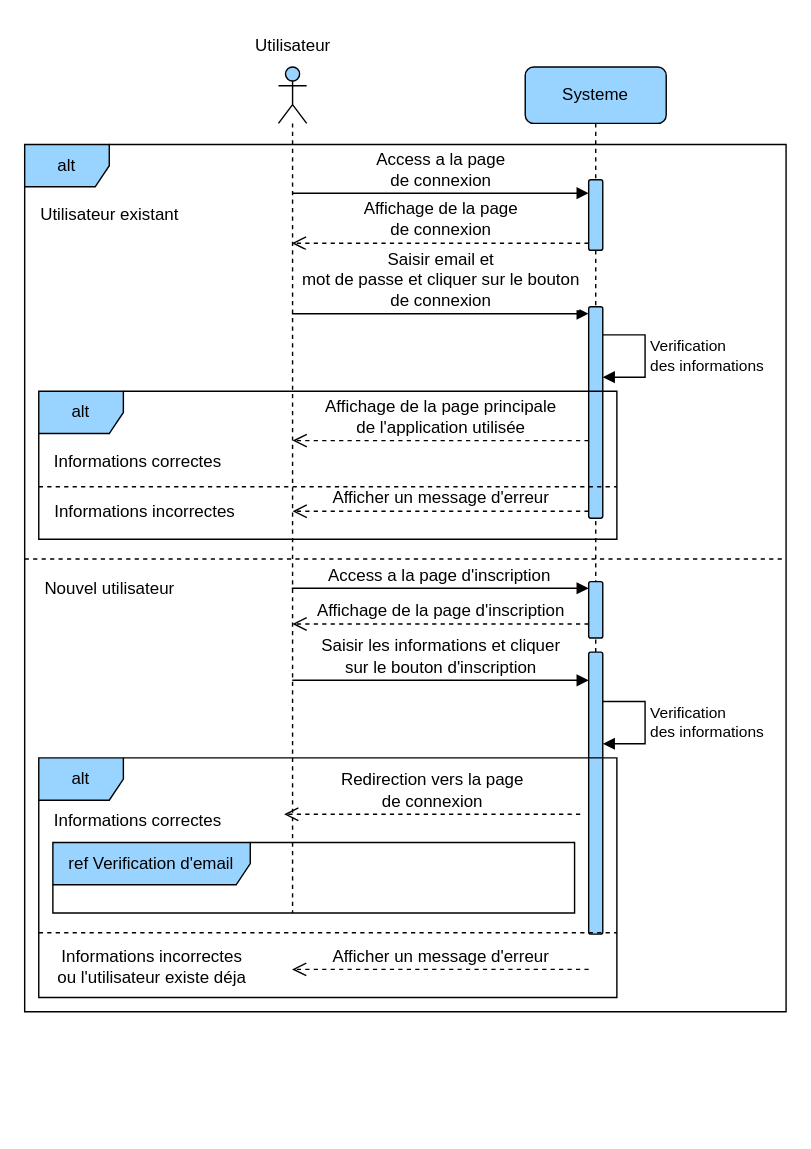
This is page "auth-email" (1 of 7) of diagrams/sequence.drawio from devlotfi/peage-pay, a draw.io file, before an edit. Source tidied: cells renumbered, new cells numbered last; positions are measured from the earlier drawing's top-left corner, leaving out a move shared by most shapes. Both pictures are drawn from the tidied source at 141%, with x=0, y=0 at pixel (24, 24).
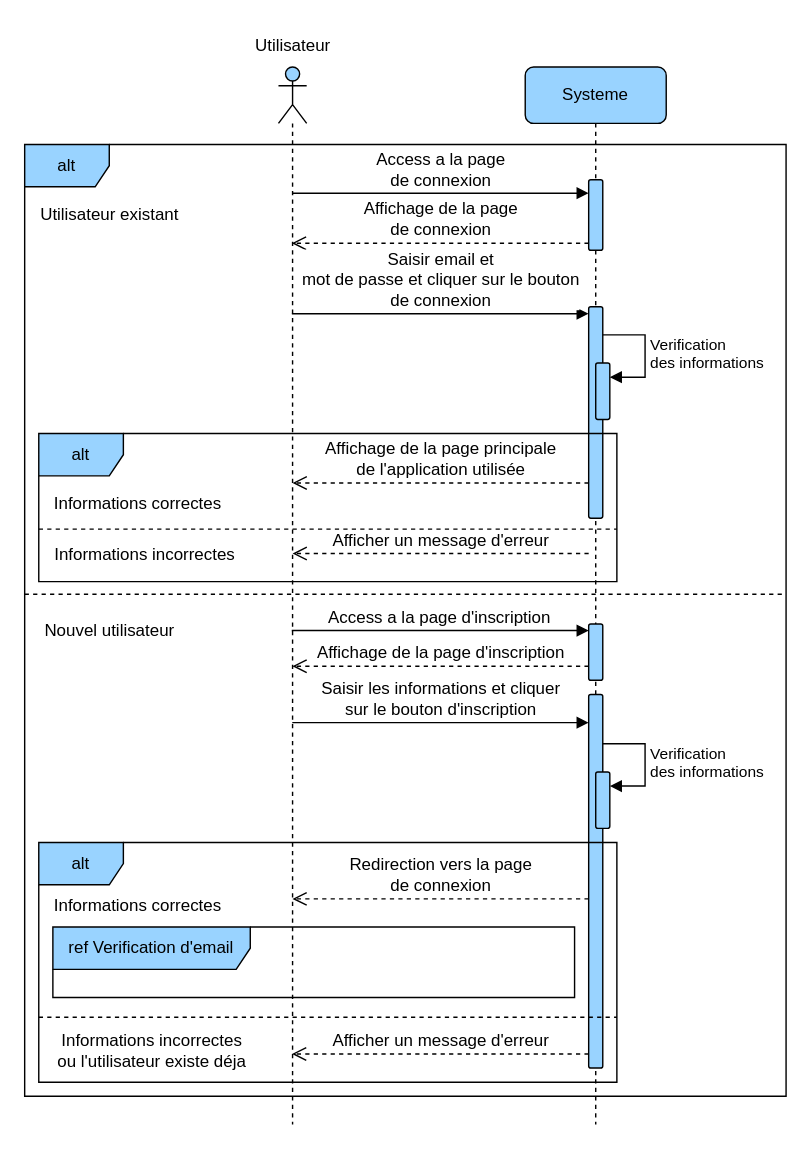
Above is the later version.

The change refers to these unchanged cells:
```xml
<mxCell id="5" style="html=1;points=[[0,0,0,0,5],[0,1,0,0,-5],[1,0,0,0,5],[1,1,0,0,-5]];perimeter=orthogonalPerimeter;outlineConnect=0;targetShapes=umlLifeline;portConstraint=eastwest;newEdgeStyle={&quot;curved&quot;:0,&quot;rounded&quot;:0};rounded=1;strokeColor=default;align=center;verticalAlign=middle;fontFamily=Helvetica;fontSize=12;fontColor=default;fontStyle=0;fillColor=#99D3FF;" parent="3" vertex="1">
  <mxGeometry x="45" y="170" width="10" height="150" as="geometry" />
</mxCell>
```

Diff of the diagram source:
```diff
@@
     <mxCell id="2" style="shape=umlLifeline;perimeter=lifelinePerimeter;whiteSpace=wrap;html=1;outlineConnect=0;portConstraint=eastwest;newEdgeStyle={&quot;curved&quot;:0,&quot;rounded&quot;:0};participant=umlActor;rounded=1;strokeColor=default;align=center;verticalAlign=middle;fontFamily=Helvetica;fontSize=12;fontColor=default;fontStyle=0;fillColor=#99D3FF;" parent="1" vertex="1">
-      <mxGeometry x="180" y="30" width="20" height="600" as="geometry" />
+      <mxGeometry x="180" y="30" width="20" height="750" as="geometry" />
     </mxCell>
     <mxCell id="3" value="Systeme" style="shape=umlLifeline;perimeter=lifelinePerimeter;whiteSpace=wrap;html=1;newEdgeStyle={&quot;curved&quot;:0,&quot;rounded&quot;:0};rounded=1;strokeColor=default;align=center;verticalAlign=middle;fontFamily=Helvetica;fontSize=12;fontColor=default;fontStyle=0;fillColor=#99D3FF;" parent="1" vertex="1">
-      <mxGeometry x="355" y="30" width="100" height="600" as="geometry" />
+      <mxGeometry x="355" y="30" width="100" height="750" as="geometry" />
     </mxCell>
@@
     <mxCell id="6" style="html=1;points=[[0,0,0,0,5],[0,1,0,0,-5],[1,0,0,0,5],[1,1,0,0,-5]];perimeter=orthogonalPerimeter;outlineConnect=0;targetShapes=umlLifeline;portConstraint=eastwest;newEdgeStyle={&quot;curved&quot;:0,&quot;rounded&quot;:0};rounded=1;strokeColor=default;align=center;verticalAlign=middle;fontFamily=Helvetica;fontSize=12;fontColor=default;fontStyle=0;fillColor=#99D3FF;" parent="3" vertex="1">
-      <mxGeometry x="45" y="365" width="10" height="40" as="geometry" />
+      <mxGeometry x="45" y="395" width="10" height="40" as="geometry" />
     </mxCell>
     <mxCell id="7" style="html=1;perimeter=orthogonalPerimeter;targetShapes=umlLifeline;newEdgeStyle={&quot;curved&quot;:0,&quot;rounded&quot;:0};rounded=1;strokeColor=default;align=center;verticalAlign=middle;fontFamily=Helvetica;fontSize=12;fontColor=default;fontStyle=0;fillColor=#99D3FF;" parent="3" vertex="1">
-      <mxGeometry x="45" y="415" width="10" height="200" as="geometry" />
+      <mxGeometry x="45" y="445" width="10" height="265" as="geometry" />
     </mxCell>
     <mxCell id="8" value="alt" style="shape=umlFrame;whiteSpace=wrap;html=1;rounded=1;strokeColor=default;align=center;verticalAlign=middle;fontFamily=Helvetica;fontSize=12;fontColor=default;fontStyle=0;fillColor=#99D3FF;" parent="1" vertex="1">
-      <mxGeometry y="85" width="540" height="615" as="geometry" />
+      <mxGeometry y="85" width="540" height="675" as="geometry" />
     </mxCell>
@@
     <mxCell id="13" value="alt" style="shape=umlFrame;whiteSpace=wrap;html=1;rounded=1;strokeColor=default;align=center;verticalAlign=middle;fontFamily=Helvetica;fontSize=12;fontColor=default;fontStyle=0;fillColor=#99D3FF;" parent="1" vertex="1">
-      <mxGeometry x="10" y="260" width="410" height="105" as="geometry" />
+      <mxGeometry x="10" y="290" width="410" height="105" as="geometry" />
     </mxCell>
     <mxCell id="14" value="Informations correctes" style="text;html=1;align=center;verticalAlign=middle;strokeColor=none;fillColor=none;fontFamily=Helvetica;fontSize=12;fontColor=default;fontStyle=0;" parent="1" vertex="1">
-      <mxGeometry x="10" y="295" width="140" height="30" as="geometry" />
+      <mxGeometry x="10" y="325" width="140" height="30" as="geometry" />
     </mxCell>
     <mxCell id="15" value="Affichage de la page principale &lt;br&gt;de l'application utilisée" style="html=1;verticalAlign=bottom;endArrow=open;dashed=1;endSize=8;curved=0;rounded=0;fontFamily=Helvetica;fontSize=12;fontColor=default;fontStyle=0;" parent="1" edge="1">
       <mxGeometry relative="1" as="geometry">
-        <mxPoint x="400" y="295" as="sourcePoint" />
-        <mxPoint x="190" y="295" as="targetPoint" />
+        <mxPoint x="400" y="325" as="sourcePoint" />
+        <mxPoint x="190" y="325" as="targetPoint" />
       </mxGeometry>
     </mxCell>
     <mxCell id="16" value="Afficher un message d'erreur" style="html=1;verticalAlign=bottom;endArrow=open;dashed=1;endSize=8;curved=0;rounded=0;fontFamily=Helvetica;fontSize=12;fontColor=default;fontStyle=0;" parent="1" edge="1">
       <mxGeometry relative="1" as="geometry">
-        <mxPoint x="400" y="345.1" as="sourcePoint" />
-        <mxPoint x="190" y="345.1" as="targetPoint" />
+        <mxPoint x="400" y="375.1" as="sourcePoint" />
+        <mxPoint x="190" y="375.1" as="targetPoint" />
       </mxGeometry>
     </mxCell>
     <mxCell id="17" style="line;strokeWidth=1;fillColor=none;align=left;verticalAlign=middle;spacingTop=-1;spacingLeft=3;spacingRight=3;labelPosition=right;strokeColor=inherit;rounded=1;fontFamily=Helvetica;fontSize=12;fontColor=default;fontStyle=0;dashed=1;" parent="1" vertex="1">
-      <mxGeometry x="10" y="325" width="410" height="5.5" as="geometry" />
+      <mxGeometry x="10" y="355" width="410" height="5.5" as="geometry" />
     </mxCell>
     <mxCell id="18" value="Informations incorrectes" style="text;html=1;align=center;verticalAlign=middle;strokeColor=none;fillColor=none;fontFamily=Helvetica;fontSize=12;fontColor=default;fontStyle=0;" parent="1" vertex="1">
-      <mxGeometry x="10" y="330.5" width="150" height="30" as="geometry" />
+      <mxGeometry x="10" y="360.5" width="150" height="30" as="geometry" />
     </mxCell>
     <mxCell id="19" style="line;strokeWidth=1;fillColor=none;align=left;verticalAlign=middle;spacingTop=-1;spacingLeft=3;spacingRight=3;labelPosition=right;strokeColor=inherit;rounded=1;fontFamily=Helvetica;fontSize=12;fontColor=default;fontStyle=0;dashed=1;" parent="1" vertex="1">
-      <mxGeometry y="375" width="540" height="8" as="geometry" />
+      <mxGeometry y="400" width="540" height="8" as="geometry" />
     </mxCell>
     <mxCell id="20" value="Nouvel utilisateur" style="text;html=1;align=center;verticalAlign=middle;strokeColor=none;fillColor=none;fontFamily=Helvetica;fontSize=12;fontColor=default;fontStyle=0;" parent="1" vertex="1">
-      <mxGeometry y="385" width="120" height="30" as="geometry" />
+      <mxGeometry y="415" width="120" height="30" as="geometry" />
     </mxCell>
     <mxCell id="21" value="Access a la page d'inscription" style="html=1;verticalAlign=bottom;endArrow=block;curved=0;rounded=0;fontFamily=Helvetica;fontSize=12;fontColor=default;fontStyle=0;" parent="1" edge="1" target="6">
       <mxGeometry relative="1" as="geometry">
-        <mxPoint x="189.4" y="399.7" as="sourcePoint" />
+        <mxPoint x="189.4" y="429.7" as="sourcePoint" />
       </mxGeometry>
     </mxCell>
     <mxCell id="22" value="Affichage de la page d'inscription" style="html=1;verticalAlign=bottom;endArrow=open;dashed=1;endSize=8;curved=0;rounded=0;fontFamily=Helvetica;fontSize=12;fontColor=default;fontStyle=0;" parent="1" edge="1" source="6">
       <mxGeometry relative="1" as="geometry">
-        <mxPoint x="189.9" y="425" as="targetPoint" />
+        <mxPoint x="189.9" y="455" as="targetPoint" />
       </mxGeometry>
     </mxCell>
     <mxCell id="23" value="Saisir les informations et cliquer&lt;div&gt;sur le bouton d'inscription&lt;/div&gt;" style="html=1;verticalAlign=bottom;endArrow=block;curved=0;rounded=0;fontFamily=Helvetica;fontSize=12;fontColor=default;fontStyle=0;" parent="1" edge="1">
       <mxGeometry relative="1" as="geometry">
-        <mxPoint x="189.8" y="465" as="sourcePoint" />
-        <mxPoint x="400" y="465" as="targetPoint" />
+        <mxPoint x="189.8" y="495" as="sourcePoint" />
+        <mxPoint x="400" y="495" as="targetPoint" />
       </mxGeometry>
     </mxCell>
     <mxCell id="24" value="Redirection vers la page&lt;div&gt;de connexion&lt;/div&gt;" style="html=1;verticalAlign=bottom;endArrow=open;dashed=1;endSize=8;curved=0;rounded=0;fontFamily=Helvetica;fontSize=12;fontColor=default;fontStyle=0;" parent="1" edge="1">
       <mxGeometry relative="1" as="geometry">
-        <mxPoint x="394" y="560" as="sourcePoint" />
-        <mxPoint x="184" y="560" as="targetPoint" />
+        <mxPoint x="400" y="620" as="sourcePoint" />
+        <mxPoint x="189.9" y="620" as="targetPoint" />
       </mxGeometry>
     </mxCell>
     <mxCell id="25" value="alt" style="shape=umlFrame;whiteSpace=wrap;html=1;rounded=1;strokeColor=default;align=center;verticalAlign=middle;fontFamily=Helvetica;fontSize=12;fontColor=default;fontStyle=0;fillColor=#99D3FF;" parent="1" vertex="1">
-      <mxGeometry x="10" y="520" width="410" height="170" as="geometry" />
+      <mxGeometry x="10" y="580" width="410" height="170" as="geometry" />
     </mxCell>
     <mxCell id="26" value="Informations correctes" style="text;html=1;align=center;verticalAlign=middle;strokeColor=none;fillColor=none;fontFamily=Helvetica;fontSize=12;fontColor=default;fontStyle=0;" parent="1" vertex="1">
-      <mxGeometry x="10" y="550" width="140" height="30" as="geometry" />
+      <mxGeometry x="10" y="610" width="140" height="30" as="geometry" />
     </mxCell>
     <mxCell id="27" style="line;strokeWidth=1;fillColor=none;align=left;verticalAlign=middle;spacingTop=-1;spacingLeft=3;spacingRight=3;labelPosition=right;strokeColor=inherit;rounded=1;fontFamily=Helvetica;fontSize=12;fontColor=default;fontStyle=0;dashed=1;" parent="1" vertex="1">
-      <mxGeometry x="10" y="640" width="410" height="8" as="geometry" />
+      <mxGeometry x="10" y="700" width="410" height="8" as="geometry" />
     </mxCell>
     <mxCell id="28" value="Informations incorrectes&lt;br&gt;ou l'utilisateur existe déja" style="text;html=1;align=center;verticalAlign=middle;strokeColor=none;fillColor=none;fontFamily=Helvetica;fontSize=12;fontColor=default;fontStyle=0;" parent="1" vertex="1">
-      <mxGeometry x="10" y="648" width="160" height="40" as="geometry" />
+      <mxGeometry x="10" y="708" width="160" height="40" as="geometry" />
     </mxCell>
     <mxCell id="29" value="Afficher un message d'erreur" style="html=1;verticalAlign=bottom;endArrow=open;dashed=1;endSize=8;curved=0;rounded=0;fontFamily=Helvetica;fontSize=12;fontColor=default;fontStyle=0;" parent="1" edge="1">
       <mxGeometry relative="1" as="geometry">
-        <mxPoint x="400" y="670" as="sourcePoint" />
-        <mxPoint x="189.6" y="670" as="targetPoint" />
+        <mxPoint x="400" y="730" as="sourcePoint" />
+        <mxPoint x="189.6" y="730" as="targetPoint" />
       </mxGeometry>
     </mxCell>
     <mxCell id="30" value="ref Verification d'email" style="shape=umlFrame;whiteSpace=wrap;html=1;rounded=1;strokeColor=default;align=center;verticalAlign=middle;fontFamily=Helvetica;fontSize=12;fontColor=default;fontStyle=0;fillColor=#99D3FF;width=140;height=30;" parent="1" vertex="1">
-      <mxGeometry x="20" y="580" width="370" height="50" as="geometry" />
+      <mxGeometry x="20" y="640" width="370" height="50" as="geometry" />
     </mxCell>
@@
-    <mxCell id="32" value="Verification&lt;div&gt;des informations&lt;/div&gt;" style="html=1;align=left;spacingLeft=2;endArrow=block;rounded=0;edgeStyle=orthogonalEdgeStyle;curved=0;rounded=0;" parent="1" edge="1" target="5">
-      <mxGeometry relative="1" as="geometry">
-        <mxPoint x="410" y="220" as="sourcePoint" />
-        <Array as="points">
-          <mxPoint x="440" y="220" />
-          <mxPoint x="440" y="250" />
-        </Array>
-      </mxGeometry>
-    </mxCell>
-    <mxCell id="33" value="Verification&lt;div&gt;des informations&lt;/div&gt;" style="html=1;align=left;spacingLeft=2;endArrow=block;rounded=0;edgeStyle=orthogonalEdgeStyle;curved=0;rounded=0;" parent="1" edge="1">
-      <mxGeometry relative="1" as="geometry">
-        <mxPoint x="410" y="480" as="sourcePoint" />
-        <mxPoint x="410" y="510" as="targetPoint" />
-        <Array as="points">
-          <mxPoint x="440" y="480" />
-          <mxPoint x="440" y="510" />
-        </Array>
-      </mxGeometry>
-    </mxCell>
+    <mxCell id="34" style="html=1;points=[[0,0,0,0,5],[0,1,0,0,-5],[1,0,0,0,5],[1,1,0,0,-5]];perimeter=orthogonalPerimeter;outlineConnect=0;targetShapes=umlLifeline;portConstraint=eastwest;newEdgeStyle={&quot;curved&quot;:0,&quot;rounded&quot;:0};rounded=1;strokeColor=default;align=center;verticalAlign=middle;fontFamily=Helvetica;fontSize=12;fontColor=default;fontStyle=0;fillColor=#99D3FF;" parent="1" vertex="1">
+      <mxGeometry x="405" y="240" width="10" height="40" as="geometry" />
+    </mxCell>
+    <mxCell id="35" value="&lt;span style=&quot;font-size: 11px;&quot;&gt;Verification&lt;/span&gt;&lt;div style=&quot;font-size: 11px;&quot;&gt;des informations&lt;/div&gt;" style="html=1;align=left;spacingLeft=2;endArrow=block;rounded=0;edgeStyle=orthogonalEdgeStyle;curved=0;rounded=0;fontFamily=Helvetica;fontSize=12;fontColor=default;fontStyle=0;" parent="1" edge="1" target="34">
+      <mxGeometry relative="1" as="geometry">
+        <mxPoint x="410" y="220" as="sourcePoint" />
+        <Array as="points">
+          <mxPoint x="440" y="250" />
+        </Array>
+      </mxGeometry>
+    </mxCell>
+    <mxCell id="36" style="html=1;points=[[0,0,0,0,5],[0,1,0,0,-5],[1,0,0,0,5],[1,1,0,0,-5]];perimeter=orthogonalPerimeter;outlineConnect=0;targetShapes=umlLifeline;portConstraint=eastwest;newEdgeStyle={&quot;curved&quot;:0,&quot;rounded&quot;:0};rounded=1;strokeColor=default;align=center;verticalAlign=middle;fontFamily=Helvetica;fontSize=12;fontColor=default;fontStyle=0;fillColor=#99D3FF;" parent="1" vertex="1">
+      <mxGeometry x="405" y="530" width="10" height="40" as="geometry" />
+    </mxCell>
+    <mxCell id="37" value="&lt;span style=&quot;font-size: 11px;&quot;&gt;Verification&lt;/span&gt;&lt;div style=&quot;font-size: 11px;&quot;&gt;des informations&lt;/div&gt;" style="html=1;align=left;spacingLeft=2;endArrow=block;rounded=0;edgeStyle=orthogonalEdgeStyle;curved=0;rounded=0;fontFamily=Helvetica;fontSize=12;fontColor=default;fontStyle=0;" parent="1" edge="1" target="36">
+      <mxGeometry relative="1" as="geometry">
+        <mxPoint x="410" y="510" as="sourcePoint" />
+        <Array as="points">
+          <mxPoint x="440" y="540" />
+        </Array>
+      </mxGeometry>
+    </mxCell>
```
